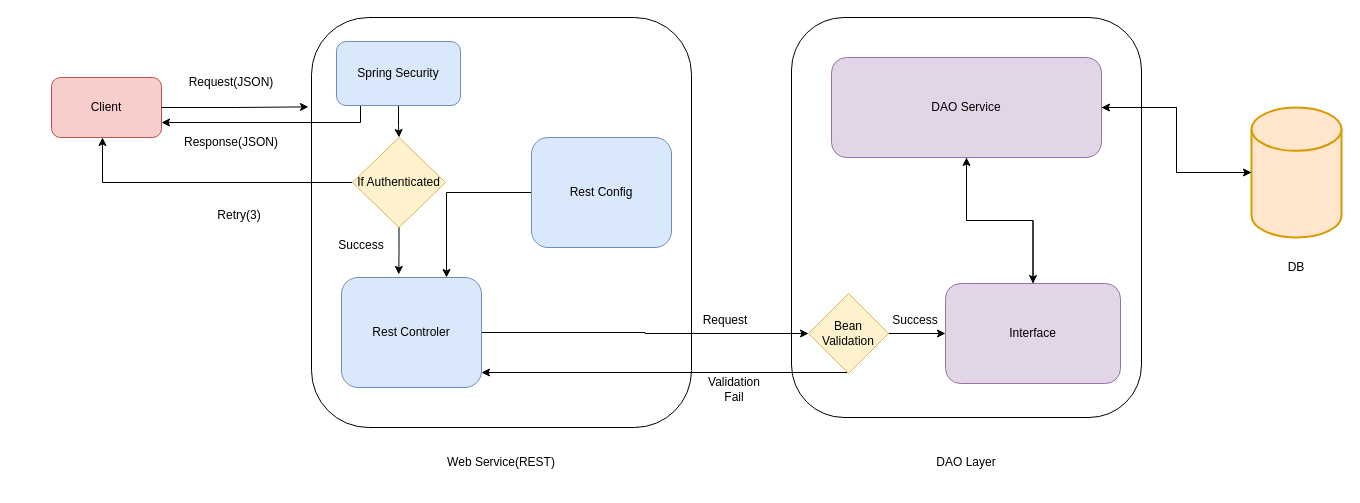
The draw.io diagram DLTE-Project/Dao_ppt.drawio in shreyasshettyb/DLTE-JavaFullStack-ShreyasShettyB2024, before the edit. Source tidied: cells renumbered, new cells numbered last; positions are measured from the earlier drawing's top-left corner, leaving out a move shared by most shapes. Both pictures are drawn from the tidied source at 100%, with x=0, y=0 at pixel (51, 17).
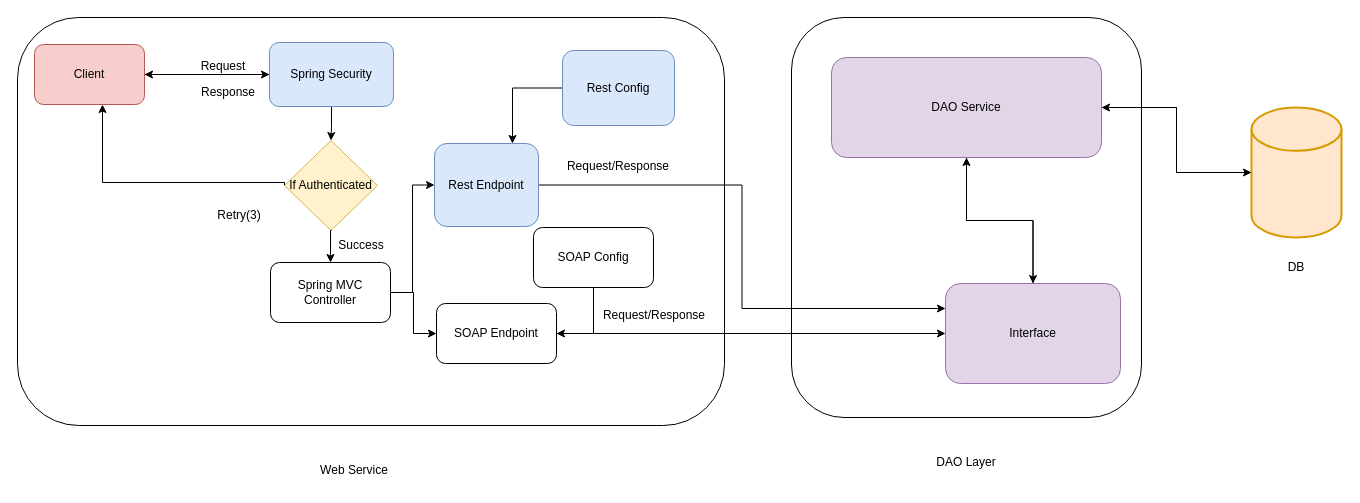
The same diagram, later.

The change refers to these unchanged cells:
```xml
<mxCell id="11" value="Interface" style="rounded=1;whiteSpace=wrap;html=1;fillColor=#e1d5e7;strokeColor=#9673a6;" parent="1" vertex="1">
  <mxGeometry x="894" y="266" width="175" height="100" as="geometry" />
</mxCell>
<mxCell id="29" value="Success" style="text;html=1;align=center;verticalAlign=middle;whiteSpace=wrap;rounded=0;" parent="1" vertex="1">
  <mxGeometry x="280" y="213" width="60" height="30" as="geometry" />
</mxCell>
```

Diff of the diagram source:
```diff
@@
+    <mxCell id="3" style="rounded=1;whiteSpace=wrap;html=1;" parent="1" vertex="1">
+      <mxGeometry x="-34" width="707" height="408" as="geometry" />
+    </mxCell>
+    <mxCell id="36" style="edgeStyle=orthogonalEdgeStyle;rounded=0;jettySize=auto;html=1;" parent="1" edge="1" source="2" target="9">
+      <mxGeometry relative="1" as="geometry" />
+    </mxCell>
     <mxCell id="2" value="Client" style="rounded=1;whiteSpace=wrap;html=1;fillColor=#f8cecc;strokeColor=#b85450;" parent="1" vertex="1">
-      <mxGeometry y="60" width="110" height="60" as="geometry" />
+      <mxGeometry x="-17" y="27" width="110" height="60" as="geometry" />
     </mxCell>
-    <mxCell id="3" style="rounded=1;whiteSpace=wrap;html=1;" parent="1" vertex="1">
-      <mxGeometry x="260" width="380" height="410" as="geometry" />
-    </mxCell>
@@
-    <mxCell id="5" style="edgeStyle=orthogonalEdgeStyle;rounded=0;jettySize=auto;html=1;entryX=0;entryY=0.5;entryDx=0;entryDy=0;" parent="1" edge="1" source="6" target="32">
-      <mxGeometry relative="1" as="geometry" />
-    </mxCell>
+    <mxCell id="37" style="edgeStyle=orthogonalEdgeStyle;rounded=0;jettySize=auto;html=1;entryX=0;entryY=0.25;entryDx=0;entryDy=0;" parent="1" edge="1" source="6" target="11">
+      <mxGeometry relative="1" as="geometry" />
+    </mxCell>
-    <mxCell id="6" value="Rest Controler" style="rounded=1;whiteSpace=wrap;html=1;fillColor=#dae8fc;strokeColor=#6c8ebf;" parent="1" vertex="1">
-      <mxGeometry x="290" y="260" width="140" height="110" as="geometry" />
+    <mxCell id="6" value="Rest Endpoint" style="rounded=1;whiteSpace=wrap;html=1;fillColor=#dae8fc;strokeColor=#6c8ebf;" parent="1" vertex="1">
+      <mxGeometry x="383" y="126" width="104" height="83" as="geometry" />
     </mxCell>
+    <mxCell id="8" style="edgeStyle=orthogonalEdgeStyle;rounded=0;jettySize=auto;html=1;" parent="1" edge="1" source="9" target="26">
+      <mxGeometry relative="1" as="geometry" />
+    </mxCell>
-    <mxCell id="7" style="edgeStyle=orthogonalEdgeStyle;rounded=0;jettySize=auto;html=1;entryX=1;entryY=0.75;entryDx=0;entryDy=0;" parent="1" edge="1" source="9" target="2">
-      <mxGeometry relative="1" as="geometry">
-        <Array as="points">
-          <mxPoint x="309" y="105" />
-        </Array>
-      </mxGeometry>
+    <mxCell id="7" style="edgeStyle=orthogonalEdgeStyle;rounded=0;jettySize=auto;html=1;entryX=1;entryY=0.5;entryDx=0;entryDy=0;" parent="1" edge="1" source="9" target="2">
+      <mxGeometry relative="1" as="geometry" />
     </mxCell>
-    <mxCell id="8" style="edgeStyle=orthogonalEdgeStyle;rounded=0;jettySize=auto;html=1;" parent="1" edge="1" source="9" target="26">
-      <mxGeometry relative="1" as="geometry" />
-    </mxCell>
     <mxCell id="9" value="Spring Security" style="rounded=1;whiteSpace=wrap;html=1;fillColor=#dae8fc;strokeColor=#6c8ebf;" parent="1" vertex="1">
-      <mxGeometry x="285" y="24" width="124" height="64" as="geometry" />
+      <mxGeometry x="218" y="25" width="124" height="64" as="geometry" />
     </mxCell>
@@
     <mxCell id="13" value="Rest Config" style="rounded=1;whiteSpace=wrap;html=1;fillColor=#dae8fc;strokeColor=#6c8ebf;" parent="1" vertex="1">
-      <mxGeometry x="480" y="120" width="140" height="110" as="geometry" />
+      <mxGeometry x="511" y="33" width="112" height="75" as="geometry" />
     </mxCell>
@@
-    <mxCell id="20" value="Web Service(REST)" style="text;html=1;align=center;verticalAlign=middle;whiteSpace=wrap;rounded=0;" parent="1" vertex="1">
-      <mxGeometry x="365" y="430" width="170" height="30" as="geometry" />
+    <mxCell id="20" value="Web Service" style="text;html=1;align=center;verticalAlign=middle;whiteSpace=wrap;rounded=0;" parent="1" vertex="1">
+      <mxGeometry x="218" y="438" width="170" height="30" as="geometry" />
     </mxCell>
@@
-    <mxCell id="22" style="edgeStyle=orthogonalEdgeStyle;rounded=0;jettySize=auto;html=1;entryX=-0.008;entryY=0.218;entryDx=0;entryDy=0;entryPerimeter=0;" parent="1" edge="1" source="2" target="3">
-      <mxGeometry relative="1" as="geometry" />
-    </mxCell>
-    <mxCell id="23" value="Request(JSON)" style="text;html=1;align=center;verticalAlign=middle;whiteSpace=wrap;rounded=0;" parent="1" vertex="1">
-      <mxGeometry x="150" y="50" width="60" height="30" as="geometry" />
+    <mxCell id="23" value="Request" style="text;html=1;align=center;verticalAlign=middle;whiteSpace=wrap;rounded=0;" parent="1" vertex="1">
+      <mxGeometry x="142" y="34" width="60" height="30" as="geometry" />
     </mxCell>
-    <mxCell id="24" value="Response(JSON)" style="text;html=1;align=center;verticalAlign=middle;whiteSpace=wrap;rounded=0;" parent="1" vertex="1">
-      <mxGeometry x="150" y="110" width="60" height="30" as="geometry" />
+    <mxCell id="24" value="Response" style="text;html=1;align=center;verticalAlign=middle;whiteSpace=wrap;rounded=0;" parent="1" vertex="1">
+      <mxGeometry x="147" y="60" width="60" height="30" as="geometry" />
     </mxCell>
@@
     <mxCell id="26" value="If Authenticated" style="rhombus;whiteSpace=wrap;html=1;fillColor=#fff2cc;strokeColor=#d6b656;" parent="1" vertex="1">
-      <mxGeometry x="301" y="120" width="93" height="90" as="geometry" />
+      <mxGeometry x="233" y="123" width="93" height="90" as="geometry" />
     </mxCell>
-    <mxCell id="27" style="edgeStyle=orthogonalEdgeStyle;rounded=0;jettySize=auto;html=1;entryX=0.409;entryY=-0.028;entryDx=0;entryDy=0;entryPerimeter=0;" parent="1" edge="1" source="26" target="6">
-      <mxGeometry relative="1" as="geometry" />
-    </mxCell>
@@
+    <mxCell id="38" style="edgeStyle=orthogonalEdgeStyle;rounded=0;jettySize=auto;html=1;exitX=0;exitY=0;exitDx=0;exitDy=0;entryX=0.5;entryY=0;entryDx=0;entryDy=0;" parent="1" edge="1" source="29" target="41">
+      <mxGeometry relative="1" as="geometry" />
+    </mxCell>
@@
-    <mxCell id="30" style="edgeStyle=orthogonalEdgeStyle;rounded=0;jettySize=auto;html=1;" parent="1" edge="1" source="32" target="11">
-      <mxGeometry relative="1" as="geometry" />
-    </mxCell>
-    <mxCell id="31" style="edgeStyle=orthogonalEdgeStyle;rounded=0;jettySize=auto;html=1;" parent="1" edge="1" source="32">
-      <mxGeometry relative="1" as="geometry">
-        <mxPoint x="430" y="355" as="targetPoint" />
-        <Array as="points">
-          <mxPoint x="430" y="355" />
-        </Array>
-      </mxGeometry>
-    </mxCell>
-    <mxCell id="32" value="Bean Validation" style="rhombus;whiteSpace=wrap;html=1;fillColor=#fff2cc;strokeColor=#d6b656;" parent="1" vertex="1">
-      <mxGeometry x="757" y="276" width="80" height="80" as="geometry" />
-    </mxCell>
-    <mxCell id="33" value="Request" style="text;html=1;align=center;verticalAlign=middle;whiteSpace=wrap;rounded=0;" parent="1" vertex="1">
-      <mxGeometry x="644" y="288" width="60" height="30" as="geometry" />
+    <mxCell id="33" value="Request/Response" style="text;html=1;align=center;verticalAlign=middle;whiteSpace=wrap;rounded=0;" parent="1" vertex="1">
+      <mxGeometry x="550" y="280" width="106" height="36" as="geometry" />
     </mxCell>
-    <mxCell id="34" value="Validation Fail" style="text;html=1;align=center;verticalAlign=middle;whiteSpace=wrap;rounded=0;" parent="1" vertex="1">
-      <mxGeometry x="653" y="357" width="60" height="30" as="geometry" />
-    </mxCell>
-    <mxCell id="35" value="Success" style="text;html=1;align=center;verticalAlign=middle;whiteSpace=wrap;rounded=0;" parent="1" vertex="1">
-      <mxGeometry x="834" y="288" width="60" height="30" as="geometry" />
-    </mxCell>
+    <mxCell id="39" style="edgeStyle=orthogonalEdgeStyle;rounded=0;jettySize=auto;html=1;" parent="1" edge="1" source="41" target="43">
+      <mxGeometry relative="1" as="geometry" />
+    </mxCell>
+    <mxCell id="40" style="edgeStyle=orthogonalEdgeStyle;rounded=0;jettySize=auto;html=1;entryX=0;entryY=0.5;entryDx=0;entryDy=0;" parent="1" edge="1" source="41" target="6">
+      <mxGeometry relative="1" as="geometry" />
+    </mxCell>
+    <mxCell id="41" value="Spring MVC Controller" style="rounded=1;whiteSpace=wrap;html=1;" parent="1" vertex="1">
+      <mxGeometry x="219" y="245" width="120" height="60" as="geometry" />
+    </mxCell>
+    <mxCell id="42" style="edgeStyle=orthogonalEdgeStyle;rounded=0;jettySize=auto;html=1;" parent="1" edge="1" source="43" target="11">
+      <mxGeometry relative="1" as="geometry" />
+    </mxCell>
+    <mxCell id="43" value="SOAP Endpoint" style="whiteSpace=wrap;html=1;rounded=1;" parent="1" vertex="1">
+      <mxGeometry x="385" y="286" width="120" height="60" as="geometry" />
+    </mxCell>
+    <mxCell id="44" style="edgeStyle=orthogonalEdgeStyle;rounded=0;jettySize=auto;html=1;entryX=1;entryY=0.5;entryDx=0;entryDy=0;" parent="1" edge="1" source="45" target="43">
+      <mxGeometry relative="1" as="geometry" />
+    </mxCell>
+    <mxCell id="45" value="SOAP Config" style="rounded=1;whiteSpace=wrap;html=1;" parent="1" vertex="1">
+      <mxGeometry x="482" y="210" width="120" height="60" as="geometry" />
+    </mxCell>
+    <mxCell id="46" value="Request/Response" style="text;html=1;align=center;verticalAlign=middle;whiteSpace=wrap;rounded=0;" parent="1" vertex="1">
+      <mxGeometry x="514" y="131" width="106" height="36" as="geometry" />
+    </mxCell>
```
